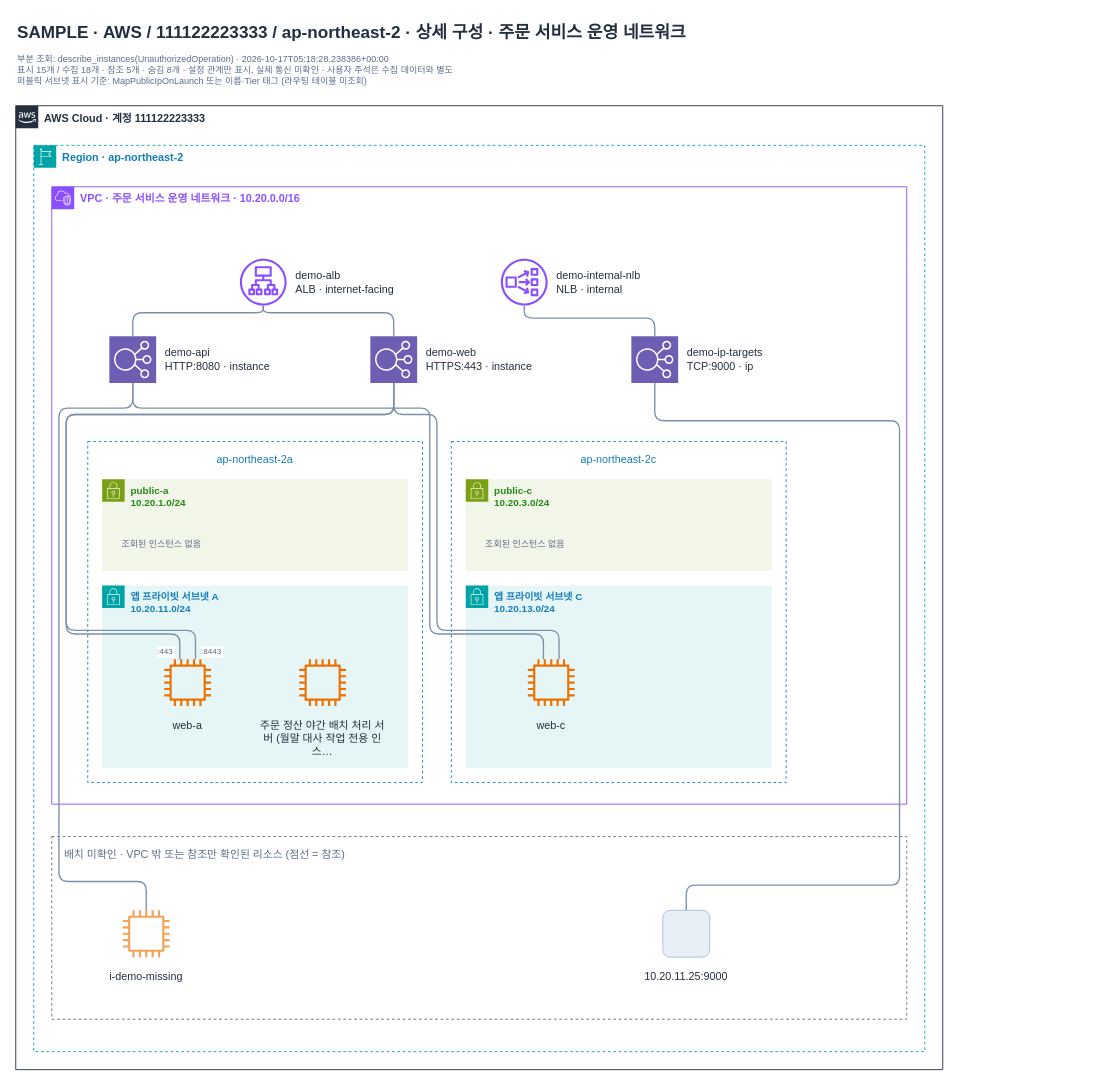
Earlier version of the draw.io diagram page "vpc-demo" (2 of 4) of examples/demo/topology.drawio (men16922/diagram-bot). Source tidied: cells renumbered, new cells numbered last; positions are measured from the earlier drawing's top-left corner, leaving out a move shared by most shapes. Both pictures are drawn from the tidied source at 90%, with x=0, y=0 at pixel (15, 15).
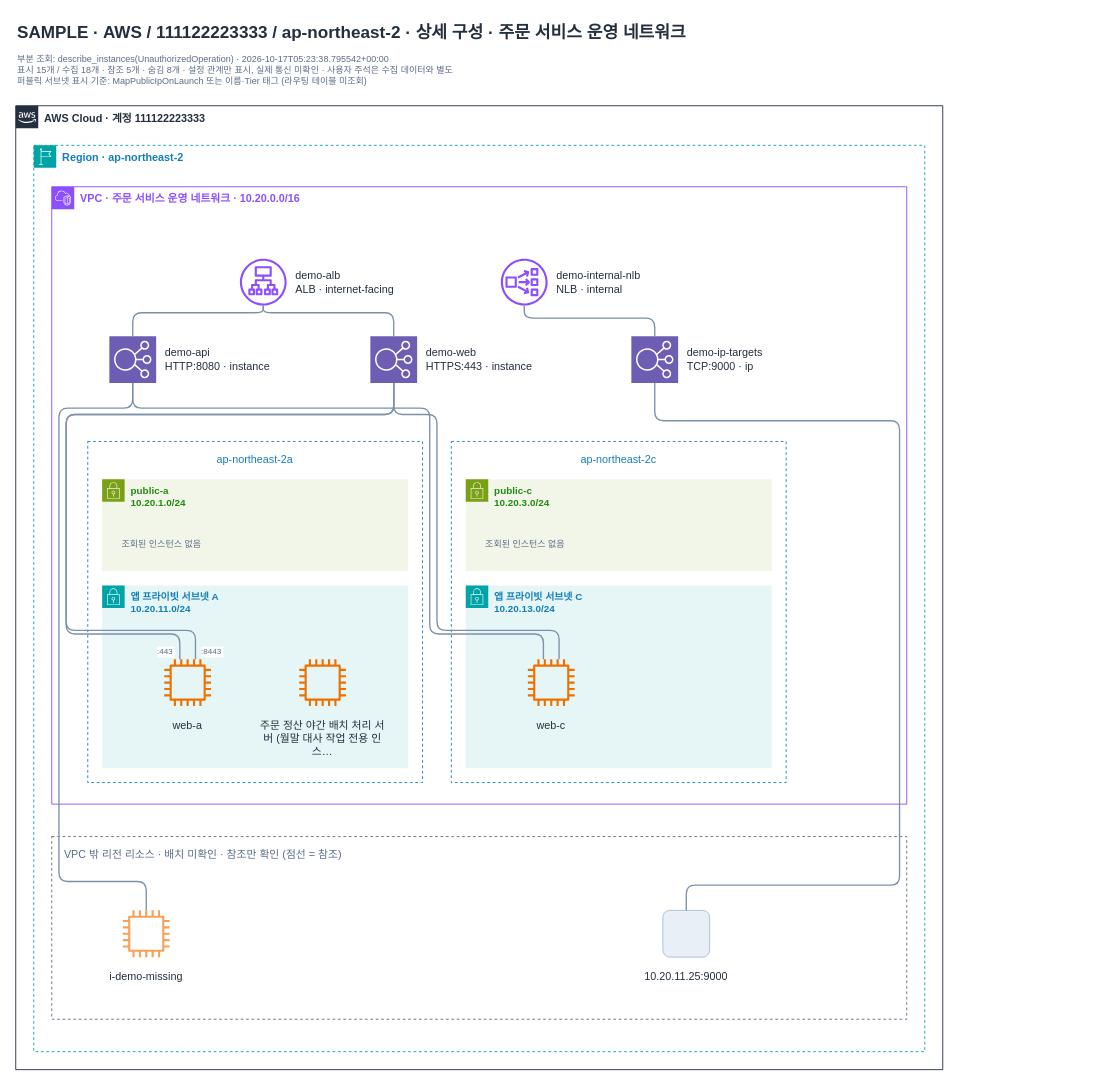
The same page after the edit.

The change refers to these unchanged cells:
```xml
<mxCell id="5" value="Region · ap-northeast-2" style="html=0;fontFamily=Arial;fontSize=12;fontColor=#232F3E;gradientColor=none;whiteSpace=wrap;fontStyle=1;shape=mxgraph.aws4.group;verticalAlign=top;align=left;spacingLeft=30;grIcon=mxgraph.aws4.group_region;strokeColor=#00A4A6;fillColor=none;fontColor=#147EBA;dashed=1;" parent="4" vertex="1">
  <mxGeometry x="20" y="44" width="990" height="1007" as="geometry" />
</mxCell>
```

The edit, as a diff of the source:
```diff
@@
-    <mxCell id="3" value="부분 조회: describe_instances(UnauthorizedOperation) · 2026-10-17T05:18:28.238386+00:00&#10;표시 15개 / 수집 18개 · 참조 5개 · 숨김 8개 · 설정 관계만 표시, 실제 통신 미확인 · 사용자 주석은 수집 데이터와 별도&#10;퍼블릭 서브넷 표시 기준: MapPublicIpOnLaunch 또는 이름·Tier 태그 (라우팅 테이블 미조회)" style="html=0;fontFamily=Arial;fontSize=12;fontColor=#232F3E;text;align=left;verticalAlign=top;whiteSpace=wrap;fontSize=10;fontColor=#5A6C86;strokeColor=none;fillColor=none;" parent="1" vertex="1">
+    <mxCell id="3" value="부분 조회: describe_instances(UnauthorizedOperation) · 2026-10-17T05:23:38.795542+00:00&#10;표시 15개 / 수집 18개 · 참조 5개 · 숨김 8개 · 설정 관계만 표시, 실제 통신 미확인 · 사용자 주석은 수집 데이터와 별도&#10;퍼블릭 서브넷 표시 기준: MapPublicIpOnLaunch 또는 이름·Tier 태그 (라우팅 테이블 미조회)" style="html=0;fontFamily=Arial;fontSize=12;fontColor=#232F3E;text;align=left;verticalAlign=top;whiteSpace=wrap;fontSize=10;fontColor=#5A6C86;strokeColor=none;fillColor=none;" parent="1" vertex="1">
       <mxGeometry y="36" width="960" height="42" as="geometry" />
     </mxCell>
@@
-    <mxCell id="23" value="배치 미확인 · VPC 밖 또는 참조만 확인된 리소스 (점선 = 참조)" style="html=0;fontFamily=Arial;fontSize=12;fontColor=#232F3E;whiteSpace=wrap;verticalAlign=top;fontStyle=0;fillColor=none;strokeColor=#5A6C86;dashed=1;fontColor=#5A6C86;align=left;spacingLeft=12;spacingTop=6;" parent="5" vertex="1">
+    <mxCell id="23" value="VPC 밖 리전 리소스 · 배치 미확인 · 참조만 확인 (점선 = 참조)" style="html=0;fontFamily=Arial;fontSize=12;fontColor=#232F3E;whiteSpace=wrap;verticalAlign=top;fontStyle=0;fillColor=none;strokeColor=#5A6C86;dashed=1;fontColor=#5A6C86;align=left;spacingLeft=12;spacingTop=6;" parent="5" vertex="1">
       <mxGeometry x="20" y="768" width="950" height="203" as="geometry" />
     </mxCell>
```
